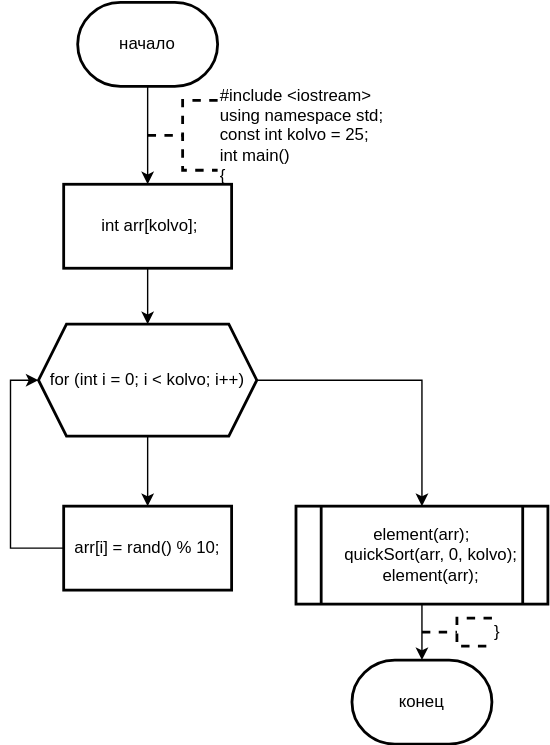
Earlier version of the draw.io export Sem_2/Labs/LAB_14/main.drawio.svg (ksinph/PSTU_LABS_2023). Source tidied: cells renumbered, new cells last; positions are measured from the earlier drawing's top-left corner, leaving out a move shared by most shapes.
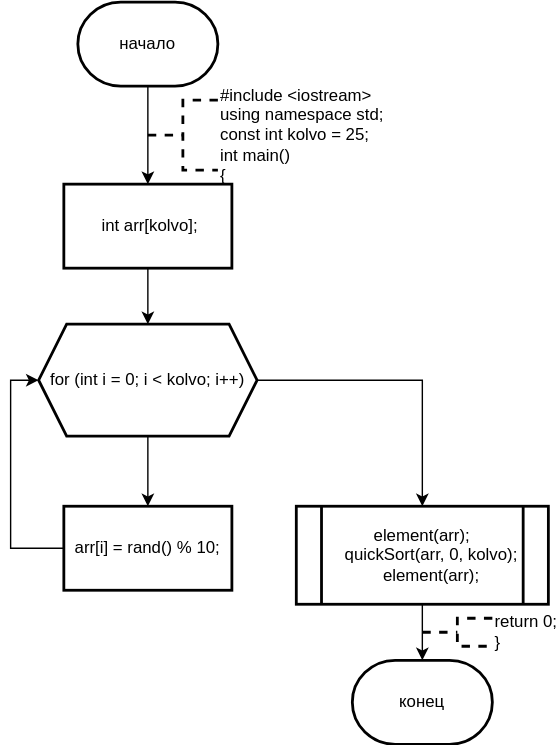
After the change.

Change to the diagram source:
```diff
@@ -38,7 +38,7 @@
     <mxCell id="13" style="edgeStyle=orthogonalEdgeStyle;rounded=0;jettySize=auto;html=1;exitX=0.5;exitY=1;exitDx=0;exitDy=0;entryX=0.5;entryY=0;entryDx=0;entryDy=0;entryPerimeter=0;" parent="1" edge="1" source="11" target="12">
       <mxGeometry relative="1" as="geometry" />
     </mxCell>
-    <mxCell id="14" value="}" style="strokeWidth=2;html=1;shape=mxgraph.flowchart.annotation_2;align=left;labelPosition=right;dashed=1;" parent="1" vertex="1">
+    <mxCell id="14" value="return 0;&lt;div&gt;}&lt;/div&gt;" style="strokeWidth=2;html=1;shape=mxgraph.flowchart.annotation_2;align=left;labelPosition=right;dashed=1;" parent="1" vertex="1">
       <mxGeometry x="274" y="440" width="50" height="20" as="geometry" />
     </mxCell>
     <mxCell id="15" value="&lt;div&gt;#include &amp;lt;iostream&amp;gt;&lt;/div&gt;&lt;div&gt;using namespace std;&lt;/div&gt;&lt;div&gt;const int kolvo = 25;&lt;/div&gt;&lt;div&gt;&lt;div&gt;int main()&lt;/div&gt;&lt;div&gt;{&lt;/div&gt;&lt;/div&gt;" style="strokeWidth=2;html=1;shape=mxgraph.flowchart.annotation_2;align=left;labelPosition=right;dashed=1;" parent="1" vertex="1">
```
